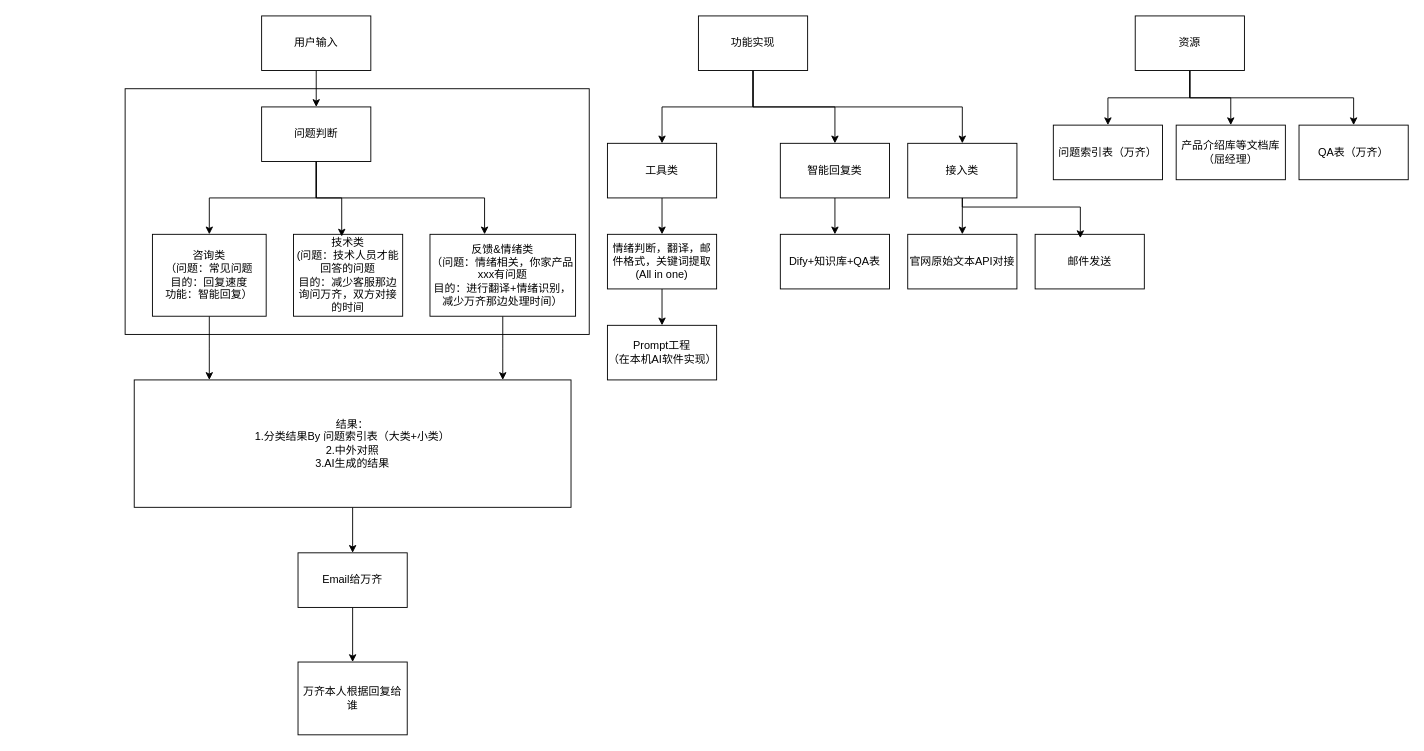
Before: 智能客服.drawio in Formyselfonly/drawioFlowchart, a draw.io diagram. Source tidied: cells renumbered, new cells numbered last; positions are measured from the earlier drawing's top-left corner, leaving out a move shared by most shapes. Both pictures are drawn from the tidied source at 91%, with x=0, y=0 at pixel (125, 15).
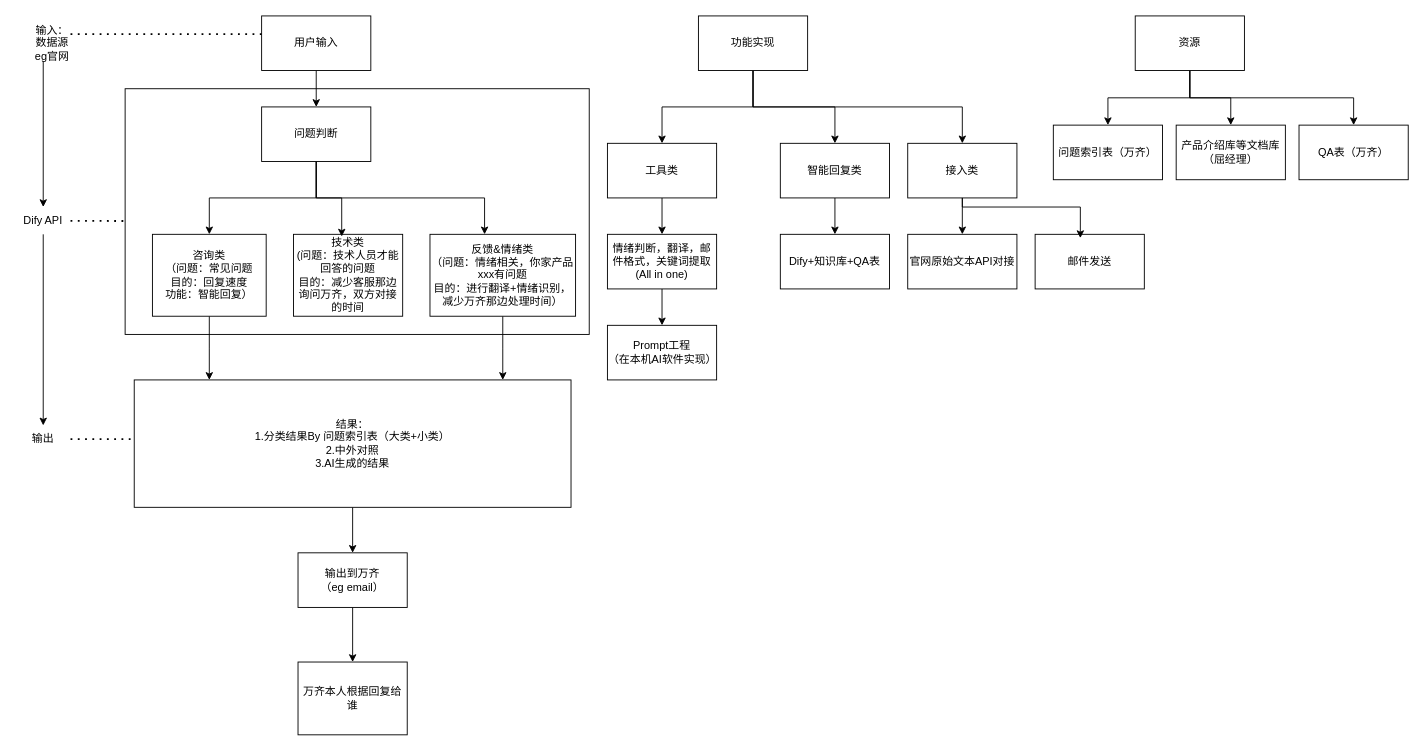
Above is the later version.

The edit, as a diff of the source:
```diff
@@
-    <mxCell id="29" value="Email给万齐" style="rounded=0;whiteSpace=wrap;html=1;" parent="1" vertex="1">
+    <mxCell id="29" value="输出到万齐&lt;div&gt;（eg email）&lt;/div&gt;" style="rounded=0;whiteSpace=wrap;html=1;" parent="1" vertex="1">
       <mxGeometry x="190" y="590" width="120" height="60" as="geometry" />
     </mxCell>
@@
+    <mxCell id="43" style="endArrow=none;dashed=1;html=1;dashPattern=1 3;strokeWidth=2;rounded=0;" parent="1" edge="1">
+      <mxGeometry relative="1" as="geometry">
+        <mxPoint x="-60" y="20" as="sourcePoint" />
+        <mxPoint x="150" y="20" as="targetPoint" />
+      </mxGeometry>
+    </mxCell>
+    <mxCell id="44" value="输入：&lt;br&gt;数据源&lt;div&gt;eg官网&lt;/div&gt;" style="text;html=1;align=center;verticalAlign=middle;whiteSpace=wrap;rounded=0;" parent="1" vertex="1">
+      <mxGeometry x="-110" y="10" width="60" height="40" as="geometry" />
+    </mxCell>
+    <mxCell id="45" style="edgeStyle=orthogonalEdgeStyle;rounded=0;jettySize=auto;html=1;entryX=0.5;entryY=0;entryDx=0;entryDy=0;" parent="1" edge="1" source="46" target="49">
+      <mxGeometry relative="1" as="geometry" />
+    </mxCell>
+    <mxCell id="46" value="Dify API" style="text;html=1;align=center;verticalAlign=middle;whiteSpace=wrap;rounded=0;" parent="1" vertex="1">
+      <mxGeometry x="-120" y="210" width="60" height="30" as="geometry" />
+    </mxCell>
+    <mxCell id="47" style="endArrow=none;dashed=1;html=1;dashPattern=1 3;strokeWidth=2;rounded=0;entryX=-0.006;entryY=0.559;entryDx=0;entryDy=0;entryPerimeter=0;" parent="1" edge="1" source="46">
+      <mxGeometry relative="1" as="geometry">
+        <mxPoint y="225.4" as="targetPoint" />
+      </mxGeometry>
+    </mxCell>
+    <mxCell id="48" style="endArrow=classic;html=1;rounded=0;" parent="1" edge="1" target="46">
+      <mxGeometry relative="1" as="geometry">
+        <mxPoint x="-90" y="50" as="sourcePoint" />
+      </mxGeometry>
+    </mxCell>
+    <mxCell id="49" value="输出" style="text;html=1;align=center;verticalAlign=middle;whiteSpace=wrap;rounded=0;" parent="1" vertex="1">
+      <mxGeometry x="-120" y="450" width="60" height="30" as="geometry" />
+    </mxCell>
+    <mxCell id="50" style="endArrow=none;dashed=1;html=1;dashPattern=1 3;strokeWidth=2;rounded=0;" parent="1" edge="1" source="49">
+      <mxGeometry relative="1" as="geometry">
+        <mxPoint x="10" y="465" as="targetPoint" />
+      </mxGeometry>
+    </mxCell>
```
